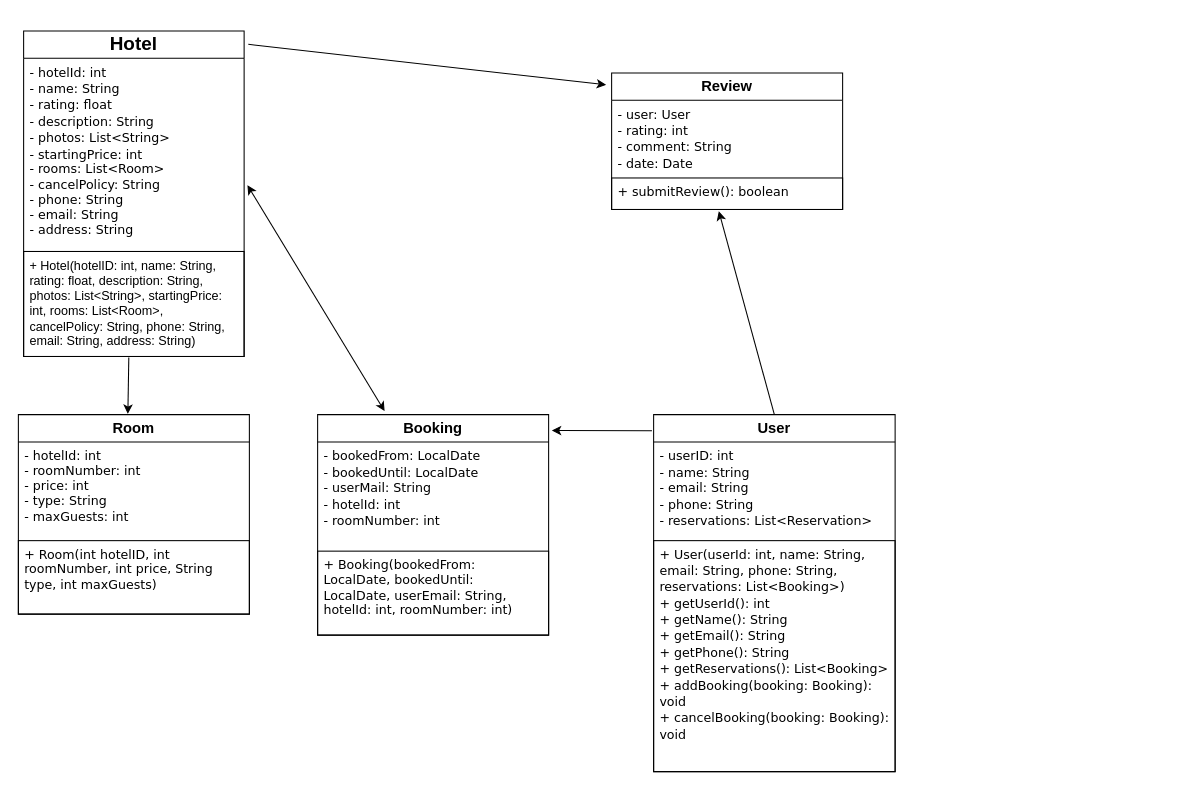
Before: UML/Hotel Diagram.drawio in KczBen/hbv-401-3h, a draw.io diagram. Source tidied: cells renumbered, new cells numbered last; positions are measured from the earlier drawing's top-left corner, leaving out a move shared by most shapes. Both pictures are drawn from the tidied source at 105%, with x=0, y=0 at pixel (18, 30).
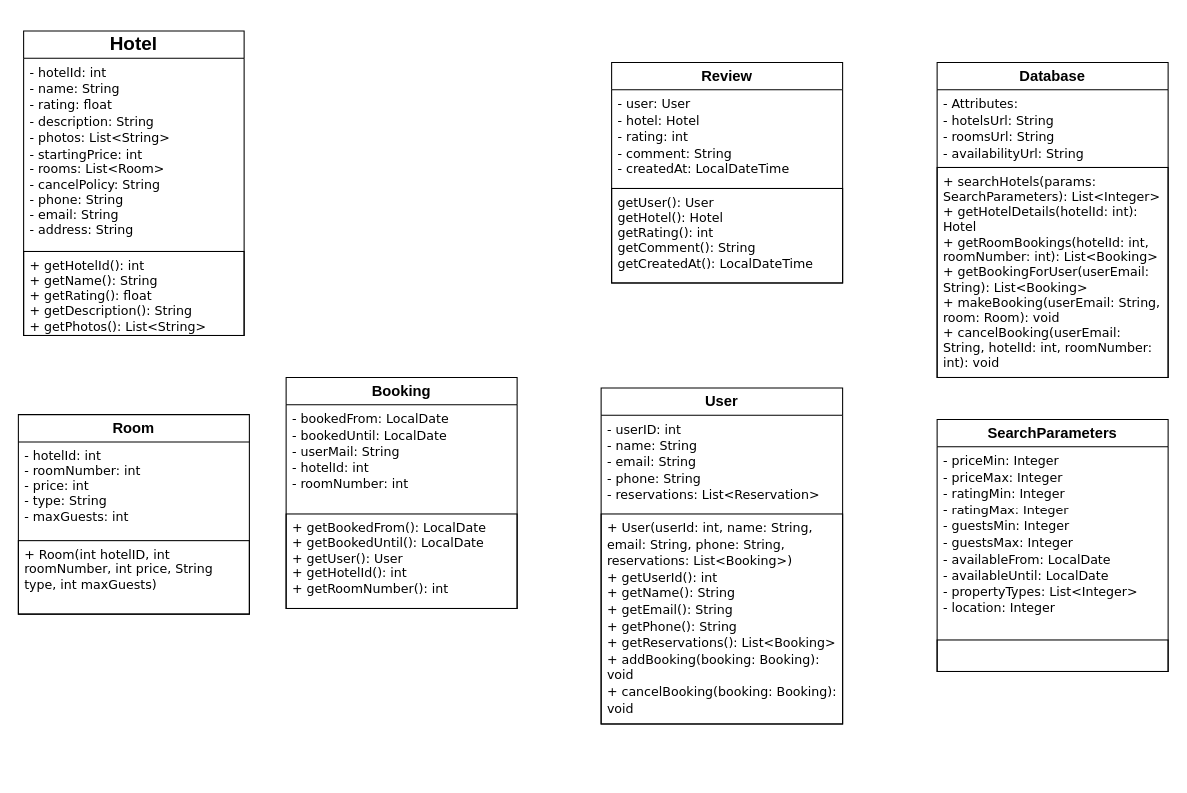
The same diagram, later.

Commit message (it also covers changes not shown here):
UML for design models diagram, few java classes additions/fixes (changes from public to private, and creating getters)

The change refers to these unchanged cells:
```xml
<mxCell id="3" value="&lt;div&gt;&lt;font style=&quot;line-height: 130%;&quot; face=&quot;Verdana&quot;&gt;- hotelId: int&lt;/font&gt;&lt;/div&gt;&lt;font style=&quot;line-height: 130%;&quot; face=&quot;Verdana&quot;&gt;- name: String&lt;br&gt;&lt;/font&gt;&lt;div&gt;&lt;font style=&quot;line-height: 130%;&quot; face=&quot;Verdana&quot;&gt;- rating: float&lt;br&gt;- description: String&lt;/font&gt;&lt;/div&gt;&lt;div&gt;&lt;font style=&quot;line-height: 130%;&quot; face=&quot;Verdana&quot;&gt;- photos: List&amp;lt;String&amp;gt;&lt;/font&gt;&lt;/div&gt;&lt;div&gt;&lt;font face=&quot;Verdana&quot;&gt;- startingPrice: int&lt;/font&gt;&lt;/div&gt;&lt;div&gt;&lt;font face=&quot;Verdana&quot;&gt;- rooms: List&amp;lt;Room&amp;gt;&lt;/font&gt;&lt;/div&gt;&lt;div&gt;&lt;font face=&quot;Verdana&quot;&gt;- cancelPolicy: String&lt;/font&gt;&lt;/div&gt;&lt;div&gt;&lt;font face=&quot;Verdana&quot;&gt;- phone: String&lt;/font&gt;&lt;/div&gt;&lt;div&gt;&lt;font face=&quot;Verdana&quot;&gt;- email: String&lt;/font&gt;&lt;/div&gt;&lt;div&gt;&lt;font face=&quot;Verdana&quot;&gt;- address: String&lt;/font&gt;&lt;/div&gt;" style="text;strokeColor=none;fillColor=none;align=left;verticalAlign=top;spacingLeft=4;spacingRight=4;overflow=hidden;points=[[0,0.5],[1,0.5]];portConstraint=eastwest;whiteSpace=wrap;html=1;" parent="2" vertex="1">
  <mxGeometry y="26" width="210" height="184" as="geometry" />
</mxCell>
<mxCell id="5" value="&lt;h3&gt;Room&lt;/h3&gt;" style="swimlane;fontStyle=0;horizontal=1;startSize=26;fillColor=none;whiteSpace=wrap;html=1;" parent="1" vertex="1">
  <mxGeometry y="365.4" width="220" height="190" as="geometry" />
</mxCell>
```

Change to the diagram source:
```diff
@@
     <mxCell id="2" value="&lt;h2&gt;Hotel&lt;/h2&gt;" style="swimlane;fontStyle=0;horizontal=1;startSize=26;fillColor=none;whiteSpace=wrap;html=1;" parent="1" vertex="1">
-      <mxGeometry x="5" width="210" height="310" as="geometry" />
+      <mxGeometry x="5" width="210" height="290" as="geometry" />
     </mxCell>
@@
-    <mxCell id="4" value="&lt;div&gt;&lt;span style=&quot;font-size: 12px;&quot;&gt;&lt;font face=&quot;Helvetica&quot;&gt;+ Hotel(hotelID: int, name: String, rating: float, description: String, photos: List&amp;lt;String&amp;gt;, startingPrice: int, rooms: List&amp;lt;Room&amp;gt;, cancelPolicy: String, phone: String, email: String, address: String)&lt;/font&gt;&lt;/span&gt;&lt;/div&gt;&lt;div&gt;&lt;br&gt;&lt;/div&gt;" style="text;strokeColor=default;fillColor=none;align=left;verticalAlign=top;spacingLeft=4;spacingRight=4;overflow=hidden;points=[[0,0.5],[1,0.5]];portConstraint=eastwest;whiteSpace=wrap;html=1;" parent="2" vertex="1">
-      <mxGeometry y="210" width="210" height="100" as="geometry" />
+    <mxCell id="4" value="&lt;div&gt;&lt;font face=&quot;Verdana&quot;&gt;&lt;span style=&quot;font-size: 12px;&quot;&gt;+&amp;nbsp;&lt;/span&gt;&lt;span style=&quot;background-color: transparent; font-size: 12px;&quot;&gt;getHotelId(): int&lt;/span&gt;&lt;/font&gt;&lt;/div&gt;&lt;div&gt;&lt;span style=&quot;font-size: 12px;&quot;&gt;&lt;font face=&quot;Verdana&quot;&gt;+ getName(): String&lt;/font&gt;&lt;/span&gt;&lt;/div&gt;&lt;div&gt;&lt;span style=&quot;font-size: 12px;&quot;&gt;&lt;font face=&quot;Verdana&quot;&gt;+ getRating(): float&lt;/font&gt;&lt;/span&gt;&lt;/div&gt;&lt;div&gt;&lt;span style=&quot;font-size: 12px;&quot;&gt;&lt;font face=&quot;Verdana&quot;&gt;+ getDescription(): String&lt;/font&gt;&lt;/span&gt;&lt;/div&gt;&lt;div&gt;&lt;span style=&quot;font-size: 12px;&quot;&gt;&lt;font face=&quot;Verdana&quot;&gt;+ getPhotos(): List&amp;lt;String&amp;gt;&lt;/font&gt;&lt;/span&gt;&lt;/div&gt;&lt;div&gt;&lt;br&gt;&lt;/div&gt;" style="text;strokeColor=default;fillColor=none;align=left;verticalAlign=top;spacingLeft=4;spacingRight=4;overflow=hidden;points=[[0,0.5],[1,0.5]];portConstraint=eastwest;whiteSpace=wrap;html=1;" parent="2" vertex="1">
+      <mxGeometry y="210" width="210" height="80" as="geometry" />
     </mxCell>
@@
     <mxCell id="8" value="&lt;h3&gt;Booking&lt;/h3&gt;" style="swimlane;fontStyle=0;horizontal=1;startSize=26;fillColor=none;whiteSpace=wrap;html=1;" parent="1" vertex="1">
-      <mxGeometry x="285" y="365.4" width="220" height="210" as="geometry" />
+      <mxGeometry x="255" y="330" width="220" height="220" as="geometry" />
     </mxCell>
@@
-    <mxCell id="10" value="&lt;font face=&quot;Verdana&quot;&gt;+ Booking(bookedFrom: LocalDate, bookedUntil: LocalDate, userEmail: String, hotelId: int, roomNumber: int)&lt;/font&gt;" style="text;strokeColor=default;fillColor=none;align=left;verticalAlign=top;spacingLeft=4;spacingRight=4;overflow=hidden;whiteSpace=wrap;html=1;" parent="8" vertex="1">
-      <mxGeometry y="130" width="220" height="80" as="geometry" />
+    <mxCell id="10" value="&lt;div&gt;&lt;font face=&quot;Verdana&quot;&gt;&lt;span style=&quot;font-size: 12px;&quot;&gt;+ getBookedFrom(): LocalDate&lt;/span&gt;&lt;/font&gt;&lt;/div&gt;&lt;div&gt;&lt;font face=&quot;Verdana&quot;&gt;&lt;span style=&quot;font-size: 12px;&quot;&gt;+ getBookedUntil(): LocalDate&lt;/span&gt;&lt;/font&gt;&lt;/div&gt;&lt;div&gt;&lt;font face=&quot;Verdana&quot;&gt;&lt;span style=&quot;font-size: 12px;&quot;&gt;+ getUser(): User&lt;/span&gt;&lt;/font&gt;&lt;/div&gt;&lt;div&gt;&lt;font face=&quot;Verdana&quot;&gt;&lt;span style=&quot;font-size: 12px;&quot;&gt;+ getHotelId(): int&lt;/span&gt;&lt;/font&gt;&lt;/div&gt;&lt;div&gt;&lt;font face=&quot;Verdana&quot;&gt;&lt;span style=&quot;font-size: 12px;&quot;&gt;+ getRoomNumber(): int&lt;/span&gt;&lt;/font&gt;&lt;/div&gt;" style="text;strokeColor=default;fillColor=none;align=left;verticalAlign=top;spacingLeft=4;spacingRight=4;overflow=hidden;whiteSpace=wrap;html=1;" parent="8" vertex="1">
+      <mxGeometry y="130" width="220" height="90" as="geometry" />
     </mxCell>
     <mxCell id="11" value="&lt;h3&gt;User&lt;/h3&gt;" style="swimlane;fontStyle=0;horizontal=1;startSize=26;fillColor=none;whiteSpace=wrap;html=1;" parent="1" vertex="1">
-      <mxGeometry x="605" y="365.4" width="230" height="340" as="geometry" />
+      <mxGeometry x="555" y="340" width="230" height="320" as="geometry" />
     </mxCell>
@@
     <mxCell id="13" value="&lt;div style=&quot;line-height: 130%;&quot;&gt;&lt;div style=&quot;line-height: 130%;&quot;&gt;&lt;font face=&quot;Verdana&quot;&gt;+ User(userId: int, name: String, email: String,&amp;nbsp;&lt;/font&gt;&lt;span style=&quot;font-family: Verdana; background-color: transparent; color: light-dark(rgb(0, 0, 0), rgb(255, 255, 255));&quot;&gt;phone: String, reservations: List&amp;lt;Booking&amp;gt;)&lt;/span&gt;&lt;/div&gt;&lt;div style=&quot;line-height: 130%;&quot;&gt;&lt;span style=&quot;font-family: Verdana; background-color: transparent; color: light-dark(rgb(0, 0, 0), rgb(255, 255, 255));&quot;&gt;&lt;div style=&quot;line-height: 130%;&quot;&gt;+ getUserId(): int&lt;/div&gt;&lt;div style=&quot;line-height: 130%;&quot;&gt;+ getName(): String&lt;/div&gt;&lt;div style=&quot;line-height: 130%;&quot;&gt;+ getEmail(): String&lt;/div&gt;&lt;div style=&quot;line-height: 130%;&quot;&gt;+ getPhone(): String&lt;/div&gt;&lt;div style=&quot;line-height: 130%;&quot;&gt;+ getReservations(): List&amp;lt;Booking&amp;gt;&lt;/div&gt;&lt;div style=&quot;line-height: 130%;&quot;&gt;+ addBooking(booking: Booking): void&lt;/div&gt;&lt;div style=&quot;line-height: 130%;&quot;&gt;+ cancelBooking(booking: Booking): void&lt;/div&gt;&lt;div&gt;&lt;br&gt;&lt;/div&gt;&lt;/span&gt;&lt;/div&gt;&lt;/div&gt;" style="text;strokeColor=default;fillColor=none;align=left;verticalAlign=top;spacingLeft=4;spacingRight=4;overflow=hidden;whiteSpace=wrap;html=1;" parent="11" vertex="1">
-      <mxGeometry y="120" width="230" height="220" as="geometry" />
+      <mxGeometry y="120" width="230" height="200" as="geometry" />
     </mxCell>
     <mxCell id="14" value="&lt;h3&gt;Review&lt;/h3&gt;" style="swimlane;fontStyle=0;horizontal=1;startSize=26;fillColor=none;whiteSpace=wrap;html=1;" parent="1" vertex="1">
-      <mxGeometry x="565" y="40" width="220" height="130" as="geometry" />
+      <mxGeometry x="565" y="30" width="220" height="210" as="geometry" />
     </mxCell>
-    <mxCell id="15" value="&lt;div style=&quot;line-height: 130%;&quot;&gt;&lt;font face=&quot;Verdana&quot;&gt;- user: User&lt;br&gt;- rating: int&lt;br&gt;- comment: String&lt;br&gt;- date: Date&lt;/font&gt;&lt;/div&gt;" style="text;strokeColor=none;fillColor=none;align=left;verticalAlign=top;spacingLeft=4;spacingRight=4;overflow=hidden;whiteSpace=wrap;html=1;" parent="14" vertex="1">
-      <mxGeometry y="26" width="220" height="74" as="geometry" />
+    <mxCell id="15" value="&lt;div style=&quot;line-height: 130%;&quot;&gt;&lt;div style=&quot;line-height: 130%;&quot;&gt;&lt;font face=&quot;Verdana&quot;&gt;- user: User&lt;/font&gt;&lt;/div&gt;&lt;div style=&quot;line-height: 130%;&quot;&gt;&lt;font face=&quot;Verdana&quot;&gt;- hotel: Hotel&lt;/font&gt;&lt;/div&gt;&lt;div style=&quot;line-height: 130%;&quot;&gt;&lt;font face=&quot;Verdana&quot;&gt;- rating: int&lt;/font&gt;&lt;/div&gt;&lt;div style=&quot;line-height: 130%;&quot;&gt;&lt;font face=&quot;Verdana&quot;&gt;- comment: String&lt;/font&gt;&lt;/div&gt;&lt;div style=&quot;line-height: 130%;&quot;&gt;&lt;font face=&quot;Verdana&quot;&gt;- createdAt: LocalDateTime&lt;/font&gt;&lt;/div&gt;&lt;/div&gt;" style="text;strokeColor=none;fillColor=none;align=left;verticalAlign=top;spacingLeft=4;spacingRight=4;overflow=hidden;whiteSpace=wrap;html=1;" parent="14" vertex="1">
+      <mxGeometry y="26" width="220" height="94" as="geometry" />
     </mxCell>
-    <mxCell id="16" value="&lt;font style=&quot;line-height: 130%;&quot; face=&quot;Verdana&quot;&gt;+ submitReview(): boolean&lt;/font&gt;" style="text;strokeColor=default;fillColor=none;align=left;verticalAlign=top;spacingLeft=4;spacingRight=4;overflow=hidden;points=[[0,0.5],[1,0.5]];portConstraint=eastwest;whiteSpace=wrap;html=1;" parent="14" vertex="1">
-      <mxGeometry y="100" width="220" height="30" as="geometry" />
+    <mxCell id="16" value="&lt;div&gt;&lt;font face=&quot;Verdana&quot;&gt;&lt;span style=&quot;font-size: 12px;&quot;&gt;getUser(): User&lt;/span&gt;&lt;/font&gt;&lt;/div&gt;&lt;div&gt;&lt;font face=&quot;Verdana&quot;&gt;&lt;span style=&quot;font-size: 12px;&quot;&gt;getHotel(): Hotel&lt;/span&gt;&lt;/font&gt;&lt;/div&gt;&lt;div&gt;&lt;font face=&quot;Verdana&quot;&gt;&lt;span style=&quot;font-size: 12px;&quot;&gt;getRating(): int&lt;/span&gt;&lt;/font&gt;&lt;/div&gt;&lt;div&gt;&lt;font face=&quot;Verdana&quot;&gt;&lt;span style=&quot;font-size: 12px;&quot;&gt;getComment(): String&lt;/span&gt;&lt;/font&gt;&lt;/div&gt;&lt;div&gt;&lt;font face=&quot;Verdana&quot;&gt;&lt;span style=&quot;font-size: 12px;&quot;&gt;getCreatedAt(): LocalDateTime&lt;/span&gt;&lt;/font&gt;&lt;/div&gt;" style="text;strokeColor=default;fillColor=none;align=left;verticalAlign=top;spacingLeft=4;spacingRight=4;overflow=hidden;points=[[0,0.5],[1,0.5]];portConstraint=eastwest;whiteSpace=wrap;html=1;" parent="14" vertex="1">
+      <mxGeometry y="120" width="220" height="90" as="geometry" />
     </mxCell>
-    <mxCell id="17" style="endArrow=classic;startArrow=classic;html=1;rounded=0;exitX=1.015;exitY=0.657;exitDx=0;exitDy=0;exitPerimeter=0;entryX=0.29;entryY=-0.016;entryDx=0;entryDy=0;entryPerimeter=0;" parent="1" edge="1" source="3" target="8">
-      <mxGeometry relative="1" as="geometry" />
-    </mxCell>
-    <mxCell id="18" style="endArrow=classic;html=1;rounded=0;entryX=1.014;entryY=0.072;entryDx=0;entryDy=0;entryPerimeter=0;exitX=-0.007;exitY=0.045;exitDx=0;exitDy=0;exitPerimeter=0;" parent="1" edge="1" source="11" target="8">
-      <mxGeometry relative="1" as="geometry" />
-    </mxCell>
-    <mxCell id="19" style="endArrow=classic;html=1;rounded=0;entryX=0.464;entryY=1.054;entryDx=0;entryDy=0;entryPerimeter=0;exitX=0.5;exitY=0;exitDx=0;exitDy=0;" parent="1" edge="1" source="11" target="16">
-      <mxGeometry relative="1" as="geometry" />
-    </mxCell>
-    <mxCell id="20" style="endArrow=classic;html=1;rounded=0;exitX=1.019;exitY=0.041;exitDx=0;exitDy=0;exitPerimeter=0;entryX=-0.024;entryY=0.087;entryDx=0;entryDy=0;entryPerimeter=0;" parent="1" edge="1" source="2" target="14">
-      <mxGeometry relative="1" as="geometry" />
-    </mxCell>
-    <mxCell id="21" style="endArrow=classic;html=1;rounded=0;exitX=0.477;exitY=1.009;exitDx=0;exitDy=0;exitPerimeter=0;entryX=0.474;entryY=-0.004;entryDx=0;entryDy=0;entryPerimeter=0;" parent="1" edge="1" source="4" target="5">
-      <mxGeometry relative="1" as="geometry" />
-    </mxCell>
+    <mxCell id="22" value="&lt;h3&gt;Database&lt;/h3&gt;" style="swimlane;fontStyle=0;horizontal=1;startSize=26;fillColor=none;whiteSpace=wrap;html=1;" parent="1" vertex="1">
+      <mxGeometry x="875" y="30" width="220" height="300" as="geometry" />
+    </mxCell>
+    <mxCell id="23" value="&lt;div style=&quot;line-height: 130%;&quot;&gt;&lt;div style=&quot;line-height: 130%;&quot;&gt;&lt;font face=&quot;Verdana&quot;&gt;- Attributes:&lt;/font&gt;&lt;/div&gt;&lt;div style=&quot;line-height: 130%;&quot;&gt;&lt;font face=&quot;Verdana&quot;&gt;- hotelsUrl: String&lt;/font&gt;&lt;/div&gt;&lt;div style=&quot;line-height: 130%;&quot;&gt;&lt;font face=&quot;Verdana&quot;&gt;- roomsUrl: String&lt;/font&gt;&lt;/div&gt;&lt;div style=&quot;line-height: 130%;&quot;&gt;&lt;font face=&quot;Verdana&quot;&gt;- availabilityUrl: String&lt;/font&gt;&lt;/div&gt;&lt;/div&gt;" style="text;strokeColor=none;fillColor=none;align=left;verticalAlign=top;spacingLeft=4;spacingRight=4;overflow=hidden;whiteSpace=wrap;html=1;" parent="22" vertex="1">
+      <mxGeometry y="26" width="220" height="74" as="geometry" />
+    </mxCell>
+    <mxCell id="24" value="&lt;div&gt;&lt;span style=&quot;font-size: 12px;&quot;&gt;&lt;font face=&quot;Verdana&quot;&gt;+ searchHotels(params: SearchParameters): List&amp;lt;Integer&amp;gt;&lt;/font&gt;&lt;/span&gt;&lt;/div&gt;&lt;div&gt;&lt;span style=&quot;font-size: 12px;&quot;&gt;&lt;font face=&quot;Verdana&quot;&gt;+ getHotelDetails(hotelId: int): Hotel&lt;/font&gt;&lt;/span&gt;&lt;/div&gt;&lt;div&gt;&lt;span style=&quot;font-size: 12px;&quot;&gt;&lt;font face=&quot;Verdana&quot;&gt;+ getRoomBookings(hotelId: int, roomNumber: int): List&amp;lt;Booking&amp;gt;&lt;/font&gt;&lt;/span&gt;&lt;/div&gt;&lt;div&gt;&lt;span style=&quot;font-size: 12px;&quot;&gt;&lt;font face=&quot;Verdana&quot;&gt;+ getBookingForUser(userEmail: String): List&amp;lt;Booking&amp;gt;&lt;/font&gt;&lt;/span&gt;&lt;/div&gt;&lt;div&gt;&lt;span style=&quot;font-size: 12px;&quot;&gt;&lt;font face=&quot;Verdana&quot;&gt;+ makeBooking(userEmail: String, room: Room): void&lt;/font&gt;&lt;/span&gt;&lt;/div&gt;&lt;div&gt;&lt;span style=&quot;font-size: 12px;&quot;&gt;&lt;font face=&quot;Verdana&quot;&gt;+ cancelBooking(userEmail: String, hotelId: int, roomNumber: int): void&lt;/font&gt;&lt;/span&gt;&lt;/div&gt;" style="text;strokeColor=default;fillColor=none;align=left;verticalAlign=top;spacingLeft=4;spacingRight=4;overflow=hidden;whiteSpace=wrap;html=1;" parent="22" vertex="1">
+      <mxGeometry y="100" width="220" height="200" as="geometry" />
+    </mxCell>
+    <mxCell id="25" value="&lt;h3&gt;SearchParameters&lt;/h3&gt;" style="swimlane;fontStyle=0;horizontal=1;startSize=26;fillColor=none;whiteSpace=wrap;html=1;" parent="1" vertex="1">
+      <mxGeometry x="875" y="370" width="220" height="240" as="geometry" />
+    </mxCell>
+    <mxCell id="26" value="&lt;div style=&quot;line-height: 130%;&quot;&gt;&lt;div style=&quot;line-height: 130%;&quot;&gt;&lt;font face=&quot;Verdana&quot;&gt;- priceMin: Integer&lt;/font&gt;&lt;/div&gt;&lt;div style=&quot;line-height: 130%;&quot;&gt;&lt;font face=&quot;Verdana&quot;&gt;- priceMax: Integer&lt;/font&gt;&lt;/div&gt;&lt;div style=&quot;line-height: 130%;&quot;&gt;&lt;font face=&quot;Verdana&quot;&gt;- ratingMin: Integer&lt;/font&gt;&lt;/div&gt;&lt;div style=&quot;line-height: 130%;&quot;&gt;&lt;font face=&quot;Verdana&quot;&gt;- ratingMax: Integer&lt;/font&gt;&lt;/div&gt;&lt;div style=&quot;line-height: 130%;&quot;&gt;&lt;font face=&quot;Verdana&quot;&gt;- guestsMin: Integer&lt;/font&gt;&lt;/div&gt;&lt;div style=&quot;line-height: 130%;&quot;&gt;&lt;font face=&quot;Verdana&quot;&gt;- guestsMax: Integer&lt;/font&gt;&lt;/div&gt;&lt;div style=&quot;line-height: 130%;&quot;&gt;&lt;font face=&quot;Verdana&quot;&gt;- availableFrom: LocalDate&lt;/font&gt;&lt;/div&gt;&lt;div style=&quot;line-height: 130%;&quot;&gt;&lt;font face=&quot;Verdana&quot;&gt;- availableUntil: LocalDate&lt;/font&gt;&lt;/div&gt;&lt;div style=&quot;line-height: 130%;&quot;&gt;&lt;font face=&quot;Verdana&quot;&gt;- propertyTypes: List&amp;lt;Integer&amp;gt;&lt;/font&gt;&lt;/div&gt;&lt;div style=&quot;line-height: 130%;&quot;&gt;&lt;font face=&quot;Verdana&quot;&gt;- location: Integer&lt;/font&gt;&lt;/div&gt;&lt;/div&gt;" style="text;strokeColor=none;fillColor=none;align=left;verticalAlign=top;spacingLeft=4;spacingRight=4;overflow=hidden;whiteSpace=wrap;html=1;" parent="25" vertex="1">
+      <mxGeometry y="26" width="220" height="184" as="geometry" />
+    </mxCell>
+    <mxCell id="27" style="text;strokeColor=default;fillColor=none;align=left;verticalAlign=top;spacingLeft=4;spacingRight=4;overflow=hidden;whiteSpace=wrap;html=1;" parent="25" vertex="1">
+      <mxGeometry y="210" width="220" height="30" as="geometry" />
+    </mxCell>
```
